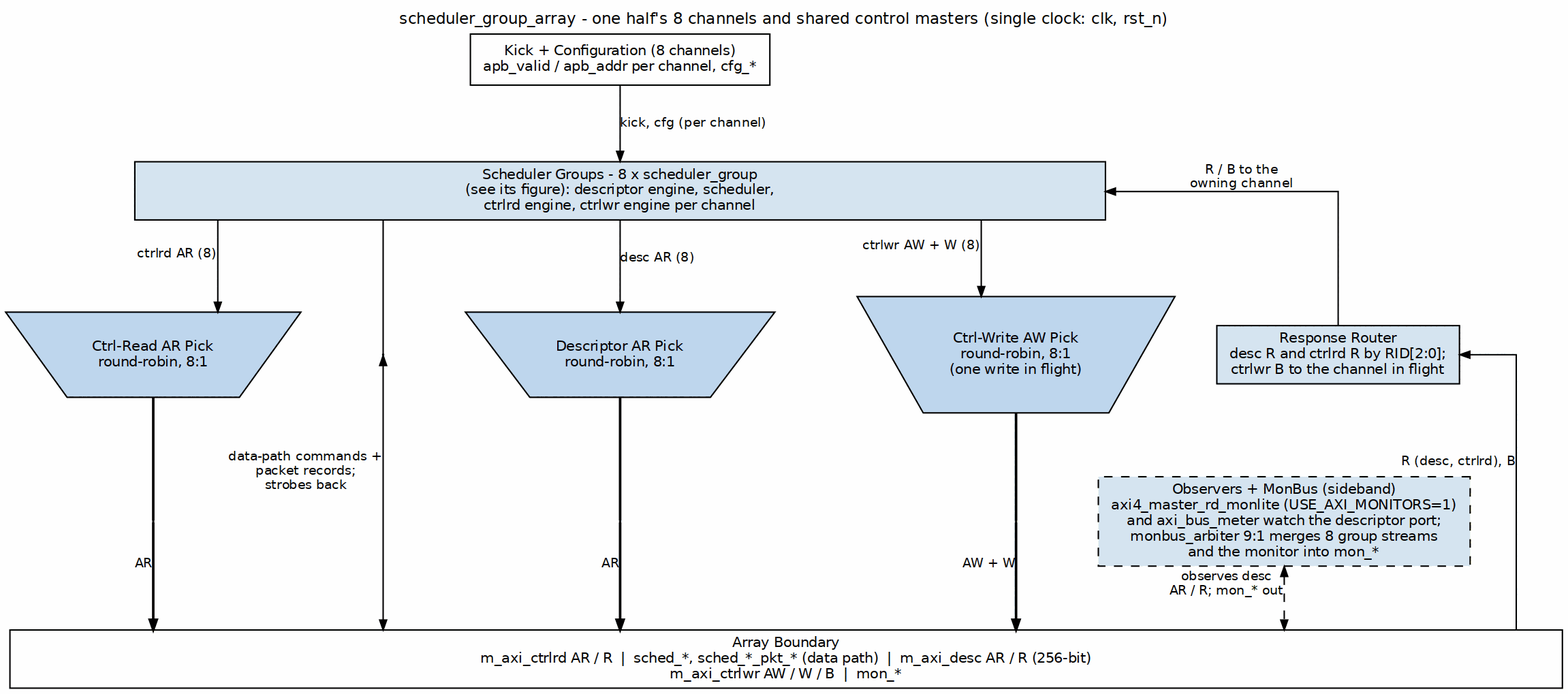
Earlier version of the Graphviz export projects/components/dma-ip/rapids/docs/rapids_mas/assets/graphviz/08_scheduler_group_array.png (sean-galloway/RTLDesignSherpa). Its source is kept beside it as projects/components/dma-ip/rapids/docs/rapids_mas/assets/graphviz/08_scheduler_group_array.dot. Its diagram source:
```dot
digraph scheduler_group_array {
    graph [rankdir=TB, bgcolor="white", fontname="Helvetica", fontsize=11,
           nodesep="0.40", ranksep="0.60", splines=ortho,
           label="scheduler_group_array - one half's 8 channels and shared control masters (single clock: clk, rst_n)",
           labelloc=t, labeljust=c];
    node  [fontname="Helvetica", fontsize=10, shape=box, style=filled,
           fillcolor="#D6E4F0", color="black", margin="0.12,0.06"];
    edge  [fontname="Helvetica", fontsize=9, color="black", arrowsize=0.7];

    kick  [label="Kick + Configuration (8 channels)\napb_valid / apb_addr per channel, cfg_*", fillcolor="white", group=C];
    grp   [label="Scheduler Groups - 8 x scheduler_group\n(see its figure): descriptor engine, scheduler,\nctrlrd engine, ctrlwr engine per channel", width=9.5, group=C];

    crarb [label="Ctrl-Read AR Pick\nround-robin, 8:1", shape=invtrapezium, width=2.4, fillcolor="#BFD7EE", group=G1];
    darb  [label="Descriptor AR Pick\nround-robin, 8:1", shape=invtrapezium, width=2.4, fillcolor="#BFD7EE", group=G2];
    cwarb [label="Ctrl-Write AW Pick\nround-robin, 8:1\n(one write in flight)", shape=invtrapezium, width=2.6, fillcolor="#BFD7EE", group=R];
    rsp   [label="Response Router\ndesc R and ctrlrd R by RID[2:0];\nctrlwr B to the channel in flight", group=RR];
    mon   [label="Observers + MonBus (sideband)
axi4_master_rd_monlite (USE_AXI_MONITORS=1)
and axi_bus_meter watch the descriptor port;
monbus_arbiter 9:1 merges 8 group streams
and the monitor into mon_*", style="filled,dashed", group=M];

    bar [label="Array Boundary\nm_axi_ctrlrd AR / R  |  sched_*, sched_*_pkt_* (data path)  |  m_axi_desc AR / R (256-bit)\nm_axi_ctrlwr AW / W / B  |  mon_*",
         fillcolor="white", width=15.2];

    kick  -> grp   [label="kick, cfg (per channel)"];
    grp   -> crarb [xlabel="ctrlrd AR (8)"];
    grp   -> darb  [label="desc AR (8)"];
    grp   -> cwarb [xlabel="ctrlwr AW + W (8)"];
    p_cr [shape=point, width=0.01, group=G1];
    crarb -> p_cr [arrowhead=none, penwidth=1.8];
    p_cr -> bar [xlabel="AR", penwidth=1.8];
    p_d [shape=point, width=0.01, group=G2];
    darb -> p_d [arrowhead=none, penwidth=1.8];
    p_d -> bar [xlabel="AR", penwidth=1.8];
    p_cw [shape=point, width=0.01, group=R];
    cwarb -> p_cw [arrowhead=none, penwidth=1.8];
    p_cw -> bar [xlabel="AW + W", penwidth=1.8];
    { rank=same; p_cr; p_d; p_cw; mon; }
    grp   -> rsp   [dir=back, xlabel="R / B to the\nowning channel"];
    rsp   -> bar   [dir=back, xlabel="R (desc, ctrlrd), B"];
    mon   -> bar   [dir=both, style=dashed, xlabel="observes desc\nAR / R; mon_* out"];

    p_cmd [shape=point, width=0.01, group=X];
    { rank=same; p_cmd; crarb; darb; cwarb; }
    grp -> p_cmd [arrowhead=none];
    p_cmd -> bar [dir=both, xlabel="data-path commands +\npacket records;\nstrobes back"];
    crarb -> p_cmd [style=invis];
    p_cmd -> darb [style=invis];
    darb -> cwarb [style=invis];
    rsp -> mon [style=invis];
    p_cw -> mon [style=invis];
}
```
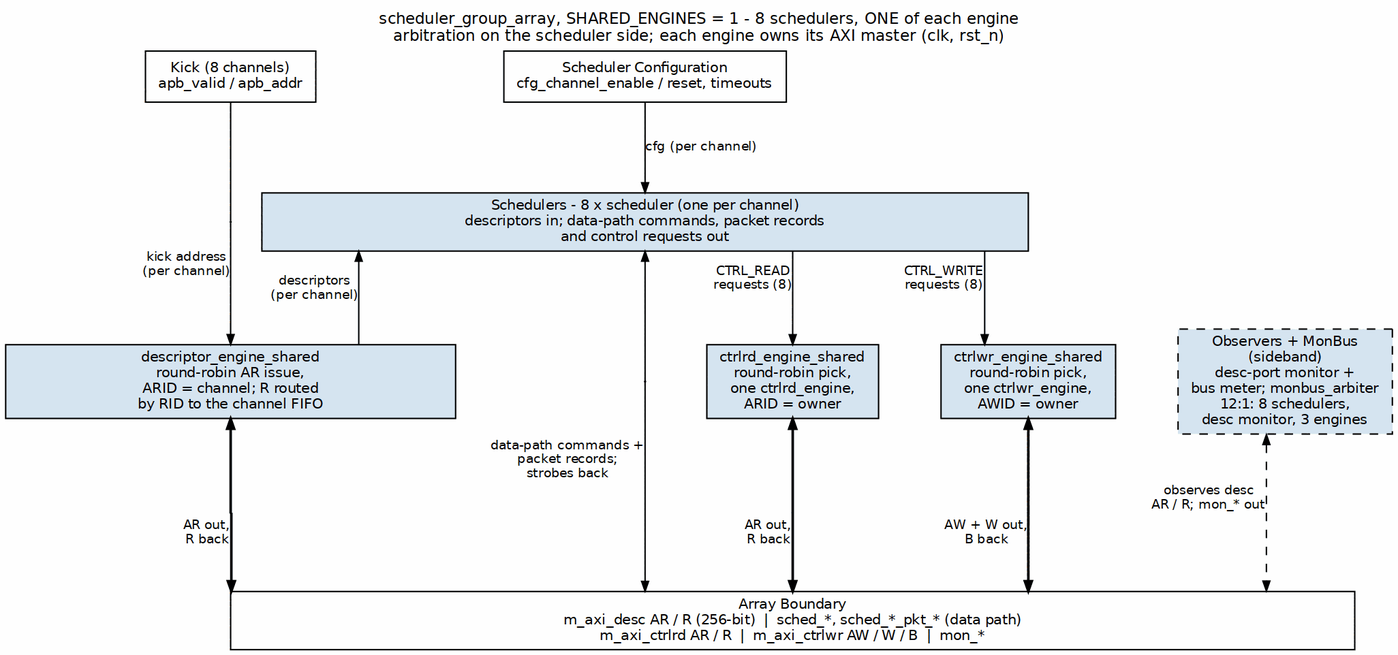
After the change.

The edit, as a diff of the source:
```diff
@@ -1,53 +1,54 @@
 digraph scheduler_group_array {
     graph [rankdir=TB, bgcolor="white", fontname="Helvetica", fontsize=11,
-           nodesep="0.40", ranksep="0.60", splines=ortho,
-           label="scheduler_group_array - one half's 8 channels and shared control masters (single clock: clk, rst_n)",
+           nodesep="0.30", ranksep="0.75", splines=ortho,
+           label="scheduler_group_array, SHARED_ENGINES = 1 - 8 schedulers, ONE of each engine\narbitration on the scheduler side; each engine owns its AXI master (clk, rst_n)",
            labelloc=t, labeljust=c];
     node  [fontname="Helvetica", fontsize=10, shape=box, style=filled,
            fillcolor="#D6E4F0", color="black", margin="0.12,0.06"];
     edge  [fontname="Helvetica", fontsize=9, color="black", arrowsize=0.7];
 
-    kick  [label="Kick + Configuration (8 channels)\napb_valid / apb_addr per channel, cfg_*", fillcolor="white", group=C];
-    grp   [label="Scheduler Groups - 8 x scheduler_group\n(see its figure): descriptor engine, scheduler,\nctrlrd engine, ctrlwr engine per channel", width=9.5, group=C];
+    kick  [label="Kick (8 channels)\napb_valid / apb_addr", fillcolor="white", group=L];
+    cfgin [label="Scheduler Configuration\ncfg_channel_enable / reset, timeouts", fillcolor="white", group=C];
 
-    crarb [label="Ctrl-Read AR Pick\nround-robin, 8:1", shape=invtrapezium, width=2.4, fillcolor="#BFD7EE", group=G1];
-    darb  [label="Descriptor AR Pick\nround-robin, 8:1", shape=invtrapezium, width=2.4, fillcolor="#BFD7EE", group=G2];
-    cwarb [label="Ctrl-Write AW Pick\nround-robin, 8:1\n(one write in flight)", shape=invtrapezium, width=2.6, fillcolor="#BFD7EE", group=R];
-    rsp   [label="Response Router\ndesc R and ctrlrd R by RID[2:0];\nctrlwr B to the channel in flight", group=RR];
-    mon   [label="Observers + MonBus (sideband)
-axi4_master_rd_monlite (USE_AXI_MONITORS=1)
-and axi_bus_meter watch the descriptor port;
-monbus_arbiter 9:1 merges 8 group streams
-and the monitor into mon_*", style="filled,dashed", group=M];
+    sch   [label="Schedulers - 8 x scheduler (one per channel)\ndescriptors in; data-path commands, packet records\nand control requests out", width=7.5, group=C];
 
-    bar [label="Array Boundary\nm_axi_ctrlrd AR / R  |  sched_*, sched_*_pkt_* (data path)  |  m_axi_desc AR / R (256-bit)\nm_axi_ctrlwr AW / W / B  |  mon_*",
-         fillcolor="white", width=15.2];
+    deng  [label="descriptor_engine_shared\nround-robin AR issue,\nARID = channel; R routed\nby RID to the channel FIFO", width=4.4, group=L];
+    crd   [label="ctrlrd_engine_shared\nround-robin pick,\none ctrlrd_engine,\nARID = owner", group=G1];
+    cwr   [label="ctrlwr_engine_shared\nround-robin pick,\none ctrlwr_engine,\nAWID = owner", group=R];
+    mon   [label="Observers + MonBus\n(sideband)\ndesc-port monitor +\nbus meter; monbus_arbiter\n12:1: 8 schedulers,\ndesc monitor, 3 engines", style="filled,dashed", group=M];
 
-    kick  -> grp   [label="kick, cfg (per channel)"];
-    grp   -> crarb [xlabel="ctrlrd AR (8)"];
-    grp   -> darb  [label="desc AR (8)"];
-    grp   -> cwarb [xlabel="ctrlwr AW + W (8)"];
+    bar [label="Array Boundary\nm_axi_desc AR / R (256-bit)  |  sched_*, sched_*_pkt_* (data path)\nm_axi_ctrlrd AR / R  |  m_axi_ctrlwr AW / W / B  |  mon_*",
+         fillcolor="white", width=11.0];
+
+    p_k [shape=point, width=0.01, group=L];
+    kick -> p_k [arrowhead=none];
+    p_k  -> deng [xlabel="kick address\n(per channel)"];
+    sch  -> deng [dir=back, xlabel="descriptors\n(per channel)"];
+    p_d  [shape=point, width=0.01, group=L];
+    deng -> p_d  [dir=back, headclip=false, penwidth=1.8];
+    p_d  -> bar  [xlabel="AR out,\nR back", tailclip=false, penwidth=1.8];
+
+    cfgin -> sch [label="cfg (per channel)"];
+
+    sch -> crd [xlabel="CTRL_READ\nrequests (8)"];
+    sch -> cwr [xlabel="CTRL_WRITE\nrequests (8)"];
     p_cr [shape=point, width=0.01, group=G1];
-    crarb -> p_cr [arrowhead=none, penwidth=1.8];
-    p_cr -> bar [xlabel="AR", penwidth=1.8];
-    p_d [shape=point, width=0.01, group=G2];
-    darb -> p_d [arrowhead=none, penwidth=1.8];
-    p_d -> bar [xlabel="AR", penwidth=1.8];
+    crd  -> p_cr [dir=back, headclip=false, penwidth=1.8];
+    p_cr -> bar  [xlabel="AR out,\nR back", tailclip=false, penwidth=1.8];
     p_cw [shape=point, width=0.01, group=R];
-    cwarb -> p_cw [arrowhead=none, penwidth=1.8];
-    p_cw -> bar [xlabel="AW + W", penwidth=1.8];
-    { rank=same; p_cr; p_d; p_cw; mon; }
-    grp   -> rsp   [dir=back, xlabel="R / B to the\nowning channel"];
-    rsp   -> bar   [dir=back, xlabel="R (desc, ctrlrd), B"];
-    mon   -> bar   [dir=both, style=dashed, xlabel="observes desc\nAR / R; mon_* out"];
+    cwr  -> p_cw [dir=back, headclip=false, penwidth=1.8];
+    p_cw -> bar  [xlabel="AW + W out,\nB back", tailclip=false, penwidth=1.8];
 
-    p_cmd [shape=point, width=0.01, group=X];
-    { rank=same; p_cmd; crarb; darb; cwarb; }
-    grp -> p_cmd [arrowhead=none];
-    p_cmd -> bar [dir=both, xlabel="data-path commands +\npacket records;\nstrobes back"];
-    crarb -> p_cmd [style=invis];
-    p_cmd -> darb [style=invis];
-    darb -> cwarb [style=invis];
-    rsp -> mon [style=invis];
-    p_cw -> mon [style=invis];
+    p_cmd [shape=point, width=0.01, group=C];
+    sch   -> p_cmd [dir=back, headclip=false];
+    p_cmd -> bar   [xlabel="data-path commands +\npacket records;\nstrobes back", tailclip=false];
+
+    mon -> bar [dir=both, style=dashed, xlabel="observes desc\nAR / R; mon_* out"];
+
+    { rank=same; kick; cfgin; }
+    kick -> cfgin [style=invis];
+    { rank=same; p_k; }
+    { rank=same; deng; p_cmd; crd; cwr; mon; }
+    deng -> p_cmd -> crd -> cwr -> mon [style=invis];
+    { rank=same; p_d; p_cr; p_cw; }
 }
```
